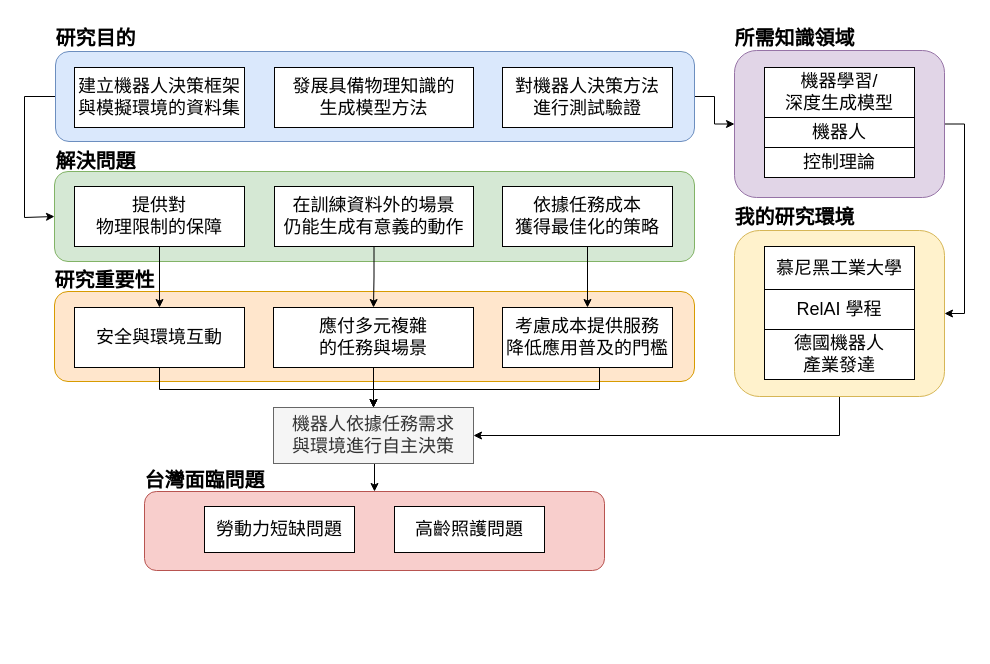
Before: research_obj_importance_arch.drawio in IanHuangYH/Paper_Submission_Chart, a draw.io diagram. Source tidied: cells renumbered, new cells numbered last; positions are measured from the earlier drawing's top-left corner, leaving out a move shared by most shapes. Both pictures are drawn from the tidied source at 100%, with x=0, y=0 at pixel (24, 17).
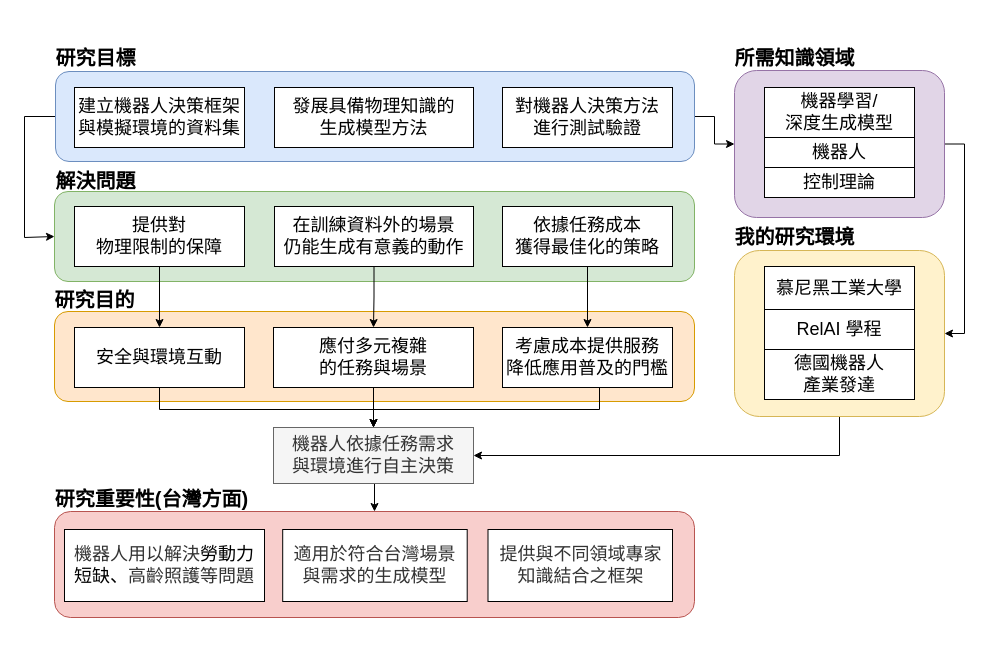
Above is the later version.

The edit, as a diff of the source:
```diff
@@
+    <mxCell id="43" style="group;" parent="1" vertex="1">
+      <mxGeometry y="20" width="920" height="610" as="geometry" />
+    </mxCell>
-    <mxCell id="2" style="edgeStyle=orthogonalEdgeStyle;rounded=0;jettySize=auto;html=1;exitX=0.5;exitY=1;exitDx=0;exitDy=0;entryX=1;entryY=0.5;entryDx=0;entryDy=0;" parent="1" edge="1" source="3" target="28">
+    <mxCell id="2" style="edgeStyle=orthogonalEdgeStyle;rounded=0;jettySize=auto;html=1;exitX=0.5;exitY=1;exitDx=0;exitDy=0;entryX=1;entryY=0.5;entryDx=0;entryDy=0;" parent="43" edge="1" source="3" target="28">
       <mxGeometry relative="1" as="geometry" />
     </mxCell>
-    <mxCell id="3" style="rounded=1;whiteSpace=wrap;html=1;shadow=0;fillColor=#fff2cc;strokeColor=#d6b656;" parent="1" vertex="1">
+    <mxCell id="3" style="rounded=1;whiteSpace=wrap;html=1;shadow=0;fillColor=#fff2cc;strokeColor=#d6b656;" parent="43" vertex="1">
       <mxGeometry x="710" y="213" width="210" height="166" as="geometry" />
     </mxCell>
-    <mxCell id="4" style="edgeStyle=orthogonalEdgeStyle;rounded=0;jettySize=auto;html=1;exitX=1;exitY=0.5;exitDx=0;exitDy=0;entryX=1;entryY=0.5;entryDx=0;entryDy=0;" parent="1" edge="1" source="5" target="3">
+    <mxCell id="4" style="edgeStyle=orthogonalEdgeStyle;rounded=0;jettySize=auto;html=1;exitX=1;exitY=0.5;exitDx=0;exitDy=0;entryX=1;entryY=0.5;entryDx=0;entryDy=0;" parent="43" edge="1" source="5" target="3">
       <mxGeometry relative="1" as="geometry" />
     </mxCell>
-    <mxCell id="5" style="rounded=1;whiteSpace=wrap;html=1;shadow=0;fillColor=#e1d5e7;strokeColor=#9673a6;" parent="1" vertex="1">
+    <mxCell id="5" style="rounded=1;whiteSpace=wrap;html=1;shadow=0;fillColor=#e1d5e7;strokeColor=#9673a6;" parent="43" vertex="1">
       <mxGeometry x="710" y="33" width="210" height="147" as="geometry" />
     </mxCell>
-    <mxCell id="6" style="rounded=1;whiteSpace=wrap;html=1;shadow=0;fillColor=#f8cecc;strokeColor=#b85450;" parent="1" vertex="1">
-      <mxGeometry x="120" y="474" width="460" height="79" as="geometry" />
+    <mxCell id="6" style="rounded=1;whiteSpace=wrap;html=1;shadow=0;fillColor=#f8cecc;strokeColor=#b85450;" parent="43" vertex="1">
+      <mxGeometry x="30" y="474" width="640" height="106" as="geometry" />
     </mxCell>
-    <mxCell id="7" style="rounded=1;whiteSpace=wrap;html=1;shadow=0;fillColor=#ffe6cc;strokeColor=#d79b00;" parent="1" vertex="1">
+    <mxCell id="7" style="rounded=1;whiteSpace=wrap;html=1;shadow=0;fillColor=#ffe6cc;strokeColor=#d79b00;" parent="43" vertex="1">
       <mxGeometry x="30" y="274" width="640" height="90" as="geometry" />
     </mxCell>
-    <mxCell id="8" style="rounded=1;whiteSpace=wrap;html=1;shadow=0;fillColor=#d5e8d4;strokeColor=#82b366;" parent="1" vertex="1">
+    <mxCell id="8" style="rounded=1;whiteSpace=wrap;html=1;shadow=0;fillColor=#d5e8d4;strokeColor=#82b366;" parent="43" vertex="1">
       <mxGeometry x="30" y="154" width="640" height="90" as="geometry" />
     </mxCell>
-    <mxCell id="9" style="edgeStyle=orthogonalEdgeStyle;rounded=0;jettySize=auto;html=1;exitX=0;exitY=0.5;exitDx=0;exitDy=0;entryX=0;entryY=0.5;entryDx=0;entryDy=0;" parent="1" edge="1" source="11" target="8">
+    <mxCell id="9" style="edgeStyle=orthogonalEdgeStyle;rounded=0;jettySize=auto;html=1;exitX=0;exitY=0.5;exitDx=0;exitDy=0;entryX=0;entryY=0.5;entryDx=0;entryDy=0;" parent="43" edge="1" source="11" target="8">
       <mxGeometry relative="1" as="geometry">
         <Array as="points">
           <mxPoint y="79" />
           <mxPoint y="200" />
         </Array>
       </mxGeometry>
     </mxCell>
-    <mxCell id="10" style="edgeStyle=orthogonalEdgeStyle;rounded=0;jettySize=auto;html=1;exitX=1;exitY=0.5;exitDx=0;exitDy=0;entryX=0;entryY=0.5;entryDx=0;entryDy=0;" parent="1" edge="1" source="11" target="5">
+    <mxCell id="10" style="edgeStyle=orthogonalEdgeStyle;rounded=0;jettySize=auto;html=1;exitX=1;exitY=0.5;exitDx=0;exitDy=0;entryX=0;entryY=0.5;entryDx=0;entryDy=0;" parent="43" edge="1" source="11" target="5">
       <mxGeometry relative="1" as="geometry" />
     </mxCell>
-    <mxCell id="11" style="rounded=1;whiteSpace=wrap;html=1;shadow=0;fillColor=#dae8fc;strokeColor=#6c8ebf;" parent="1" vertex="1">
+    <mxCell id="11" style="rounded=1;whiteSpace=wrap;html=1;shadow=0;fillColor=#dae8fc;strokeColor=#6c8ebf;" parent="43" vertex="1">
       <mxGeometry x="31" y="34" width="639" height="90" as="geometry" />
     </mxCell>
-    <mxCell id="12" style="edgeStyle=orthogonalEdgeStyle;rounded=0;jettySize=auto;html=1;exitX=0.5;exitY=1;exitDx=0;exitDy=0;entryX=0.5;entryY=0;entryDx=0;entryDy=0;" parent="1" edge="1" source="13" target="22">
+    <mxCell id="12" style="edgeStyle=orthogonalEdgeStyle;rounded=0;jettySize=auto;html=1;exitX=0.5;exitY=1;exitDx=0;exitDy=0;entryX=0.5;entryY=0;entryDx=0;entryDy=0;" parent="43" edge="1" source="13" target="22">
       <mxGeometry relative="1" as="geometry" />
     </mxCell>
-    <mxCell id="13" value="&lt;font style=&quot;font-size: 18px;&quot;&gt;提供對&lt;br&gt;物理限制的保障&lt;/font&gt;" style="rounded=0;whiteSpace=wrap;html=1;" parent="1" vertex="1">
+    <mxCell id="13" value="&lt;font style=&quot;font-size: 18px;&quot;&gt;提供對&lt;br&gt;物理限制的保障&lt;/font&gt;" style="rounded=0;whiteSpace=wrap;html=1;" parent="43" vertex="1">
       <mxGeometry x="50" y="169" width="170" height="60" as="geometry" />
     </mxCell>
-    <mxCell id="14" style="edgeStyle=orthogonalEdgeStyle;rounded=0;jettySize=auto;html=1;exitX=0.5;exitY=1;exitDx=0;exitDy=0;entryX=0.5;entryY=0;entryDx=0;entryDy=0;" parent="1" edge="1" source="15" target="24">
+    <mxCell id="14" style="edgeStyle=orthogonalEdgeStyle;rounded=0;jettySize=auto;html=1;exitX=0.5;exitY=1;exitDx=0;exitDy=0;entryX=0.5;entryY=0;entryDx=0;entryDy=0;" parent="43" edge="1" source="15" target="24">
       <mxGeometry relative="1" as="geometry" />
     </mxCell>
-    <mxCell id="15" value="&lt;span style=&quot;font-size: 18px;&quot;&gt;在訓練資料外的場景&lt;br&gt;仍能生成有意義的動作&lt;/span&gt;" style="rounded=0;whiteSpace=wrap;html=1;" parent="1" vertex="1">
+    <mxCell id="15" value="&lt;span style=&quot;font-size: 18px;&quot;&gt;在訓練資料外的場景&lt;br&gt;仍能生成有意義的動作&lt;/span&gt;" style="rounded=0;whiteSpace=wrap;html=1;" parent="43" vertex="1">
       <mxGeometry x="250" y="169" width="199" height="60" as="geometry" />
     </mxCell>
-    <mxCell id="16" style="edgeStyle=orthogonalEdgeStyle;rounded=0;jettySize=auto;html=1;exitX=0.5;exitY=1;exitDx=0;exitDy=0;entryX=0.5;entryY=0;entryDx=0;entryDy=0;" parent="1" edge="1" source="17" target="26">
+    <mxCell id="16" style="edgeStyle=orthogonalEdgeStyle;rounded=0;jettySize=auto;html=1;exitX=0.5;exitY=1;exitDx=0;exitDy=0;entryX=0.5;entryY=0;entryDx=0;entryDy=0;" parent="43" edge="1" source="17" target="26">
       <mxGeometry relative="1" as="geometry" />
     </mxCell>
-    <mxCell id="17" value="&lt;span style=&quot;font-size: 18px;&quot;&gt;依據任務成本&lt;br&gt;獲得最佳化的策略&lt;/span&gt;" style="rounded=0;whiteSpace=wrap;html=1;" parent="1" vertex="1">
+    <mxCell id="17" value="&lt;span style=&quot;font-size: 18px;&quot;&gt;依據任務成本&lt;br&gt;獲得最佳化的策略&lt;/span&gt;" style="rounded=0;whiteSpace=wrap;html=1;" parent="43" vertex="1">
       <mxGeometry x="478" y="169" width="170" height="60" as="geometry" />
     </mxCell>
-    <mxCell id="18" value="&lt;span style=&quot;font-size: 18px;&quot;&gt;建立機器人決策框架&lt;br&gt;與模擬環境的資料集&lt;/span&gt;" style="rounded=0;whiteSpace=wrap;html=1;" parent="1" vertex="1">
+    <mxCell id="18" value="&lt;span style=&quot;font-size: 18px;&quot;&gt;建立機器人決策框架&lt;br&gt;與模擬環境的資料集&lt;/span&gt;" style="rounded=0;whiteSpace=wrap;html=1;" parent="43" vertex="1">
       <mxGeometry x="50" y="50" width="170" height="60" as="geometry" />
     </mxCell>
-    <mxCell id="19" value="&lt;span style=&quot;font-size: 18px;&quot;&gt;發展具備物理知識的&lt;br&gt;生成模型方法&lt;/span&gt;" style="rounded=0;whiteSpace=wrap;html=1;" parent="1" vertex="1">
+    <mxCell id="19" value="&lt;span style=&quot;font-size: 18px;&quot;&gt;發展具備物理知識的&lt;br&gt;生成模型方法&lt;/span&gt;" style="rounded=0;whiteSpace=wrap;html=1;" parent="43" vertex="1">
       <mxGeometry x="250" y="50" width="199" height="60" as="geometry" />
     </mxCell>
-    <mxCell id="20" value="&lt;span style=&quot;font-size: 18px;&quot;&gt;對機器人決策方法&lt;br&gt;進行測試驗證&lt;/span&gt;" style="rounded=0;whiteSpace=wrap;html=1;" parent="1" vertex="1">
+    <mxCell id="20" value="&lt;span style=&quot;font-size: 18px;&quot;&gt;對機器人決策方法&lt;br&gt;進行測試驗證&lt;/span&gt;" style="rounded=0;whiteSpace=wrap;html=1;" parent="43" vertex="1">
       <mxGeometry x="478" y="50" width="170" height="60" as="geometry" />
     </mxCell>
-    <mxCell id="21" style="edgeStyle=orthogonalEdgeStyle;rounded=0;jettySize=auto;html=1;exitX=0.5;exitY=1;exitDx=0;exitDy=0;entryX=0.5;entryY=0;entryDx=0;entryDy=0;" parent="1" edge="1" source="22" target="28">
+    <mxCell id="21" style="edgeStyle=orthogonalEdgeStyle;rounded=0;jettySize=auto;html=1;exitX=0.5;exitY=1;exitDx=0;exitDy=0;entryX=0.5;entryY=0;entryDx=0;entryDy=0;" parent="43" edge="1" source="22" target="28">
       <mxGeometry relative="1" as="geometry">
         <Array as="points">
           <mxPoint x="135" y="372" />
           <mxPoint x="349" y="372" />
         </Array>
       </mxGeometry>
     </mxCell>
-    <mxCell id="22" value="&lt;span style=&quot;font-size: 18px;&quot;&gt;安全與環境互動&lt;/span&gt;" style="rounded=0;whiteSpace=wrap;html=1;" parent="1" vertex="1">
+    <mxCell id="22" value="&lt;span style=&quot;font-size: 18px;&quot;&gt;安全與環境互動&lt;/span&gt;" style="rounded=0;whiteSpace=wrap;html=1;" parent="43" vertex="1">
       <mxGeometry x="50" y="290" width="170" height="60" as="geometry" />
     </mxCell>
-    <mxCell id="23" style="edgeStyle=orthogonalEdgeStyle;rounded=0;jettySize=auto;html=1;exitX=0.5;exitY=1;exitDx=0;exitDy=0;entryX=0.5;entryY=0;entryDx=0;entryDy=0;" parent="1" edge="1" source="24" target="28">
+    <mxCell id="23" style="edgeStyle=orthogonalEdgeStyle;rounded=0;jettySize=auto;html=1;exitX=0.5;exitY=1;exitDx=0;exitDy=0;entryX=0.5;entryY=0;entryDx=0;entryDy=0;" parent="43" edge="1" source="24" target="28">
       <mxGeometry relative="1" as="geometry" />
     </mxCell>
-    <mxCell id="24" value="&lt;span style=&quot;font-size: 18px;&quot;&gt;應付多元複雜&lt;br&gt;的任務與場景&lt;/span&gt;" style="rounded=0;whiteSpace=wrap;html=1;" parent="1" vertex="1">
+    <mxCell id="24" value="&lt;span style=&quot;font-size: 18px;&quot;&gt;應付多元複雜&lt;br&gt;的任務與場景&lt;/span&gt;" style="rounded=0;whiteSpace=wrap;html=1;" parent="43" vertex="1">
       <mxGeometry x="249" y="290" width="200" height="60" as="geometry" />
     </mxCell>
-    <mxCell id="25" style="edgeStyle=orthogonalEdgeStyle;rounded=0;jettySize=auto;html=1;exitX=0.5;exitY=1;exitDx=0;exitDy=0;entryX=0.5;entryY=0;entryDx=0;entryDy=0;" parent="1" edge="1" source="26" target="28">
+    <mxCell id="25" style="edgeStyle=orthogonalEdgeStyle;rounded=0;jettySize=auto;html=1;exitX=0.5;exitY=1;exitDx=0;exitDy=0;entryX=0.5;entryY=0;entryDx=0;entryDy=0;" parent="43" edge="1" source="26" target="28">
       <mxGeometry relative="1" as="geometry">
         <Array as="points">
           <mxPoint x="575" y="372" />
           <mxPoint x="349" y="372" />
         </Array>
       </mxGeometry>
     </mxCell>
-    <mxCell id="26" value="&lt;span style=&quot;font-size: 18px;&quot;&gt;考慮成本提供服務&lt;/span&gt;&lt;br&gt;&lt;span style=&quot;font-size: 18px;&quot;&gt;降低應用普及的門檻&lt;/span&gt;" style="rounded=0;whiteSpace=wrap;html=1;" parent="1" vertex="1">
+    <mxCell id="26" value="&lt;span style=&quot;font-size: 18px;&quot;&gt;考慮成本提供服務&lt;/span&gt;&lt;br&gt;&lt;span style=&quot;font-size: 18px;&quot;&gt;降低應用普及的門檻&lt;/span&gt;" style="rounded=0;whiteSpace=wrap;html=1;" parent="43" vertex="1">
       <mxGeometry x="478" y="290" width="170" height="60" as="geometry" />
     </mxCell>
-    <mxCell id="27" style="edgeStyle=orthogonalEdgeStyle;rounded=0;jettySize=auto;html=1;exitX=0.5;exitY=1;exitDx=0;exitDy=0;entryX=0.5;entryY=0;entryDx=0;entryDy=0;" parent="1" edge="1" source="28" target="6">
+    <mxCell id="27" style="edgeStyle=orthogonalEdgeStyle;rounded=0;jettySize=auto;html=1;exitX=0.5;exitY=1;exitDx=0;exitDy=0;entryX=0.5;entryY=0;entryDx=0;entryDy=0;" parent="43" edge="1" source="28" target="6">
       <mxGeometry relative="1" as="geometry" />
     </mxCell>
-    <mxCell id="28" value="&lt;span style=&quot;font-size: 18px;&quot;&gt;機器人依據任務需求&lt;br&gt;與環境進行自主決策&lt;/span&gt;" style="rounded=0;whiteSpace=wrap;html=1;fillColor=#f5f5f5;fontColor=#333333;strokeColor=#666666;" parent="1" vertex="1">
+    <mxCell id="28" value="&lt;span style=&quot;font-size: 18px;&quot;&gt;機器人依據任務需求&lt;br&gt;與環境進行自主決策&lt;/span&gt;" style="rounded=0;whiteSpace=wrap;html=1;fillColor=#f5f5f5;fontColor=#333333;strokeColor=#666666;" parent="43" vertex="1">
       <mxGeometry x="249" y="390" width="200" height="56" as="geometry" />
     </mxCell>
-    <mxCell id="29" value="&lt;span style=&quot;font-size: 18px;&quot;&gt;機器學習/&lt;br&gt;深度生成模型&lt;/span&gt;" style="rounded=0;whiteSpace=wrap;html=1;" parent="1" vertex="1">
+    <mxCell id="29" value="&lt;span style=&quot;font-size: 18px;&quot;&gt;機器學習/&lt;br&gt;深度生成模型&lt;/span&gt;" style="rounded=0;whiteSpace=wrap;html=1;" parent="43" vertex="1">
       <mxGeometry x="740" y="50" width="150" height="50" as="geometry" />
     </mxCell>
-    <mxCell id="30" value="&lt;span style=&quot;font-size: 18px;&quot;&gt;機器人&lt;/span&gt;" style="rounded=0;whiteSpace=wrap;html=1;" parent="1" vertex="1">
+    <mxCell id="30" value="&lt;span style=&quot;font-size: 18px;&quot;&gt;機器人&lt;/span&gt;" style="rounded=0;whiteSpace=wrap;html=1;" parent="43" vertex="1">
       <mxGeometry x="740" y="100" width="150" height="30" as="geometry" />
     </mxCell>
-    <mxCell id="31" value="&lt;span style=&quot;font-size: 18px;&quot;&gt;控制理論&lt;/span&gt;" style="rounded=0;whiteSpace=wrap;html=1;" parent="1" vertex="1">
+    <mxCell id="31" value="&lt;span style=&quot;font-size: 18px;&quot;&gt;控制理論&lt;/span&gt;" style="rounded=0;whiteSpace=wrap;html=1;" parent="43" vertex="1">
       <mxGeometry x="740" y="130" width="150" height="30" as="geometry" />
     </mxCell>
-    <mxCell id="32" value="&lt;span style=&quot;font-size: 18px;&quot;&gt;慕尼黑工業大學&lt;/span&gt;" style="rounded=0;whiteSpace=wrap;html=1;" parent="1" vertex="1">
+    <mxCell id="32" value="&lt;span style=&quot;font-size: 18px;&quot;&gt;慕尼黑工業大學&lt;/span&gt;" style="rounded=0;whiteSpace=wrap;html=1;" parent="43" vertex="1">
       <mxGeometry x="740" y="229" width="150" height="43" as="geometry" />
     </mxCell>
-    <mxCell id="33" value="&lt;span style=&quot;font-size: 18px;&quot;&gt;RelAI 學程&lt;/span&gt;" style="rounded=0;whiteSpace=wrap;html=1;" parent="1" vertex="1">
+    <mxCell id="33" value="&lt;span style=&quot;font-size: 18px;&quot;&gt;RelAI 學程&lt;/span&gt;" style="rounded=0;whiteSpace=wrap;html=1;" parent="43" vertex="1">
       <mxGeometry x="740" y="272" width="150" height="40" as="geometry" />
     </mxCell>
-    <mxCell id="34" value="&lt;span style=&quot;font-size: 18px;&quot;&gt;德國機器人&lt;br&gt;產業發達&lt;/span&gt;" style="rounded=0;whiteSpace=wrap;html=1;" parent="1" vertex="1">
+    <mxCell id="34" value="&lt;span style=&quot;font-size: 18px;&quot;&gt;德國機器人&lt;br&gt;產業發達&lt;/span&gt;" style="rounded=0;whiteSpace=wrap;html=1;" parent="43" vertex="1">
       <mxGeometry x="740" y="312" width="150" height="50" as="geometry" />
     </mxCell>
-    <mxCell id="35" value="&lt;span style=&quot;font-size: 18px;&quot;&gt;勞動力短缺問題&lt;/span&gt;" style="rounded=0;whiteSpace=wrap;html=1;" parent="1" vertex="1">
-      <mxGeometry x="180" y="489" width="150" height="46" as="geometry" />
-    </mxCell>
-    <mxCell id="36" value="&lt;span style=&quot;font-size: 18px;&quot;&gt;高齡照護問題&lt;/span&gt;" style="rounded=0;whiteSpace=wrap;html=1;" parent="1" vertex="1">
-      <mxGeometry x="370" y="489" width="150" height="46" as="geometry" />
-    </mxCell>
-    <mxCell id="37" value="&lt;font style=&quot;font-size: 20px;&quot;&gt;&lt;b style=&quot;&quot;&gt;研究目的&lt;/b&gt;&lt;/font&gt;" style="text;html=1;align=center;verticalAlign=middle;strokeColor=none;fillColor=none;" parent="1" vertex="1">
+    <mxCell id="37" value="&lt;font style=&quot;font-size: 20px;&quot;&gt;&lt;b style=&quot;&quot;&gt;研究目標&lt;/b&gt;&lt;/font&gt;" style="text;html=1;align=center;verticalAlign=middle;strokeColor=none;fillColor=none;" parent="43" vertex="1">
       <mxGeometry x="21" width="100" height="40" as="geometry" />
     </mxCell>
-    <mxCell id="38" value="&lt;span style=&quot;font-size: 20px;&quot;&gt;&lt;b&gt;解決問題&lt;/b&gt;&lt;/span&gt;" style="text;html=1;align=center;verticalAlign=middle;strokeColor=none;fillColor=none;" parent="1" vertex="1">
+    <mxCell id="38" value="&lt;span style=&quot;font-size: 20px;&quot;&gt;&lt;b&gt;解決問題&lt;/b&gt;&lt;/span&gt;" style="text;html=1;align=center;verticalAlign=middle;strokeColor=none;fillColor=none;" parent="43" vertex="1">
       <mxGeometry x="21" y="123" width="100" height="40" as="geometry" />
     </mxCell>
-    <mxCell id="39" value="&lt;span style=&quot;font-size: 20px;&quot;&gt;&lt;b&gt;研究重要性&lt;/b&gt;&lt;/span&gt;" style="text;html=1;align=center;verticalAlign=middle;strokeColor=none;fillColor=none;" parent="1" vertex="1">
-      <mxGeometry x="20" y="241.5" width="120" height="40" as="geometry" />
+    <mxCell id="39" value="&lt;span style=&quot;font-size: 20px;&quot;&gt;&lt;b&gt;研究目的&lt;/b&gt;&lt;/span&gt;" style="text;html=1;align=center;verticalAlign=middle;strokeColor=none;fillColor=none;" parent="43" vertex="1">
+      <mxGeometry x="20" y="242" width="100" height="40" as="geometry" />
     </mxCell>
-    <mxCell id="40" value="&lt;span style=&quot;font-size: 20px;&quot;&gt;&lt;b&gt;台灣面臨問題&lt;/b&gt;&lt;/span&gt;" style="text;html=1;align=center;verticalAlign=middle;strokeColor=none;fillColor=none;" parent="1" vertex="1">
-      <mxGeometry x="110" y="442" width="140" height="40" as="geometry" />
+    <mxCell id="40" value="&lt;span style=&quot;font-size: 20px;&quot;&gt;&lt;b&gt;研究重要性(台灣方面)&lt;/b&gt;&lt;/span&gt;" style="text;html=1;align=center;verticalAlign=middle;strokeColor=none;fillColor=none;" parent="43" vertex="1">
+      <mxGeometry x="17" y="441" width="220" height="40" as="geometry" />
     </mxCell>
-    <mxCell id="41" value="&lt;font style=&quot;font-size: 20px;&quot;&gt;&lt;b style=&quot;&quot;&gt;所需知識&lt;/b&gt;&lt;/font&gt;&lt;b style=&quot;font-size: 20px;&quot;&gt;領域&lt;/b&gt;" style="text;html=1;align=center;verticalAlign=middle;strokeColor=none;fillColor=none;" parent="1" vertex="1">
+    <mxCell id="41" value="&lt;font style=&quot;font-size: 20px;&quot;&gt;&lt;b style=&quot;&quot;&gt;所需知識&lt;/b&gt;&lt;/font&gt;&lt;b style=&quot;font-size: 20px;&quot;&gt;領域&lt;/b&gt;" style="text;html=1;align=center;verticalAlign=middle;strokeColor=none;fillColor=none;" parent="43" vertex="1">
       <mxGeometry x="700" width="140" height="40" as="geometry" />
     </mxCell>
-    <mxCell id="42" value="&lt;span style=&quot;font-size: 20px;&quot;&gt;&lt;b&gt;我的研究環境&lt;/b&gt;&lt;/span&gt;" style="text;html=1;align=center;verticalAlign=middle;strokeColor=none;fillColor=none;" parent="1" vertex="1">
+    <mxCell id="42" value="&lt;span style=&quot;font-size: 20px;&quot;&gt;&lt;b&gt;我的研究環境&lt;/b&gt;&lt;/span&gt;" style="text;html=1;align=center;verticalAlign=middle;strokeColor=none;fillColor=none;" parent="43" vertex="1">
       <mxGeometry x="700" y="179" width="140" height="40" as="geometry" />
     </mxCell>
+    <mxCell id="44" value="&lt;div&gt;&lt;font color=&quot;#333333&quot;&gt;&lt;span style=&quot;font-size: 18px;&quot;&gt;機器人用以解決&lt;/span&gt;&lt;/font&gt;&lt;font style=&quot;background-color: transparent;&quot;&gt;&lt;span style=&quot;font-size: 18px;&quot;&gt;勞動力&lt;br&gt;短缺、&lt;/span&gt;&lt;/font&gt;&lt;span style=&quot;background-color: transparent; font-size: 18px; color: light-dark(rgb(51, 51, 51), rgb(193, 193, 193));&quot;&gt;高齡照護等問題&lt;/span&gt;&lt;/div&gt;" style="rounded=0;whiteSpace=wrap;html=1;" parent="43" vertex="1">
+      <mxGeometry x="40" y="492" width="200" height="72" as="geometry" />
+    </mxCell>
+    <mxCell id="45" value="&lt;div&gt;&lt;font color=&quot;#333333&quot;&gt;&lt;span style=&quot;font-size: 18px;&quot;&gt;適用於符合台灣場景&lt;br&gt;與需求的生成&lt;/span&gt;&lt;/font&gt;&lt;span style=&quot;font-size: 18px; color: rgb(51, 51, 51); background-color: transparent;&quot;&gt;模型&lt;/span&gt;&lt;/div&gt;" style="rounded=0;whiteSpace=wrap;html=1;" parent="43" vertex="1">
+      <mxGeometry x="258.2" y="492" width="184.5" height="72" as="geometry" />
+    </mxCell>
+    <mxCell id="46" value="&lt;div&gt;&lt;font color=&quot;#333333&quot;&gt;&lt;span style=&quot;font-size: 18px;&quot;&gt;提供與不同領域專家&lt;br&gt;知識結合之框架&lt;/span&gt;&lt;/font&gt;&lt;/div&gt;" style="rounded=0;whiteSpace=wrap;html=1;" parent="43" vertex="1">
+      <mxGeometry x="463.5" y="492" width="184.5" height="72" as="geometry" />
+    </mxCell>
```
